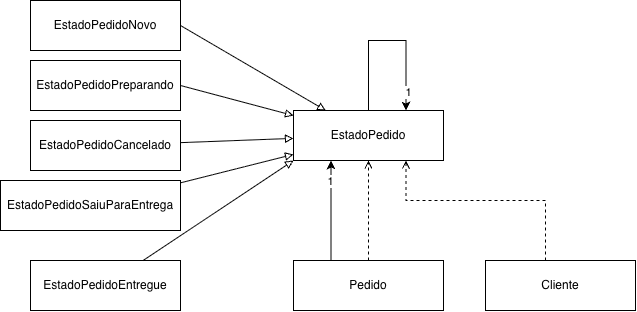
Above: DiagramaClasse.png in LeonardoVieira25/state (draw.io), before the change. Source tidied: cells renumbered, new cells last; positions are measured from the earlier drawing's top-left corner, leaving out a move shared by most shapes.
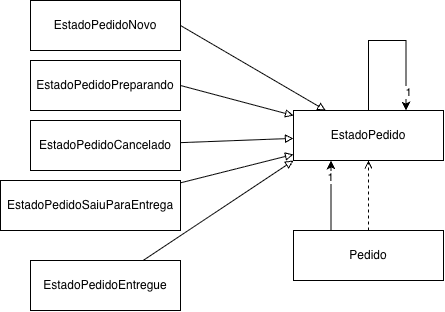
Later version of the same file.

Commit message:
chore: update diagrama de classe

What changed in the source:
```diff
@@ -26,22 +26,11 @@
     <mxCell id="9" value="EstadoPedido" style="html=1;whiteSpace=wrap;" parent="1" vertex="1">
       <mxGeometry x="293" y="110" width="150" height="50" as="geometry" />
     </mxCell>
-    <mxCell id="10" style="edgeStyle=orthogonalEdgeStyle;rounded=0;jettySize=auto;html=1;dashed=1;endArrow=open;endFill=0;entryX=0.75;entryY=1;entryDx=0;entryDy=0;" parent="1" edge="1" source="11" target="9">
-      <mxGeometry relative="1" as="geometry">
-        <Array as="points">
-          <mxPoint x="545" y="200.1" />
-          <mxPoint x="405.5" y="200.1" />
-        </Array>
-      </mxGeometry>
-    </mxCell>
-    <mxCell id="11" value="Cliente" style="html=1;whiteSpace=wrap;" parent="1" vertex="1">
-      <mxGeometry x="485" y="260" width="150" height="50" as="geometry" />
-    </mxCell>
     <mxCell id="12" style="edgeStyle=orthogonalEdgeStyle;rounded=0;jettySize=auto;html=1;dashed=1;endArrow=open;endFill=0;" parent="1" edge="1" source="13" target="9">
       <mxGeometry relative="1" as="geometry" />
     </mxCell>
     <mxCell id="13" value="Pedido" style="html=1;whiteSpace=wrap;" parent="1" vertex="1">
-      <mxGeometry x="293" y="260" width="150" height="50" as="geometry" />
+      <mxGeometry x="293" y="230" width="150" height="50" as="geometry" />
     </mxCell>
     <mxCell id="14" style="rounded=0;jettySize=auto;html=1;entryX=0;entryY=1;entryDx=0;entryDy=0;endArrow=block;endFill=0;" parent="1" edge="1" source="3" target="9">
       <mxGeometry relative="1" as="geometry" />
```
